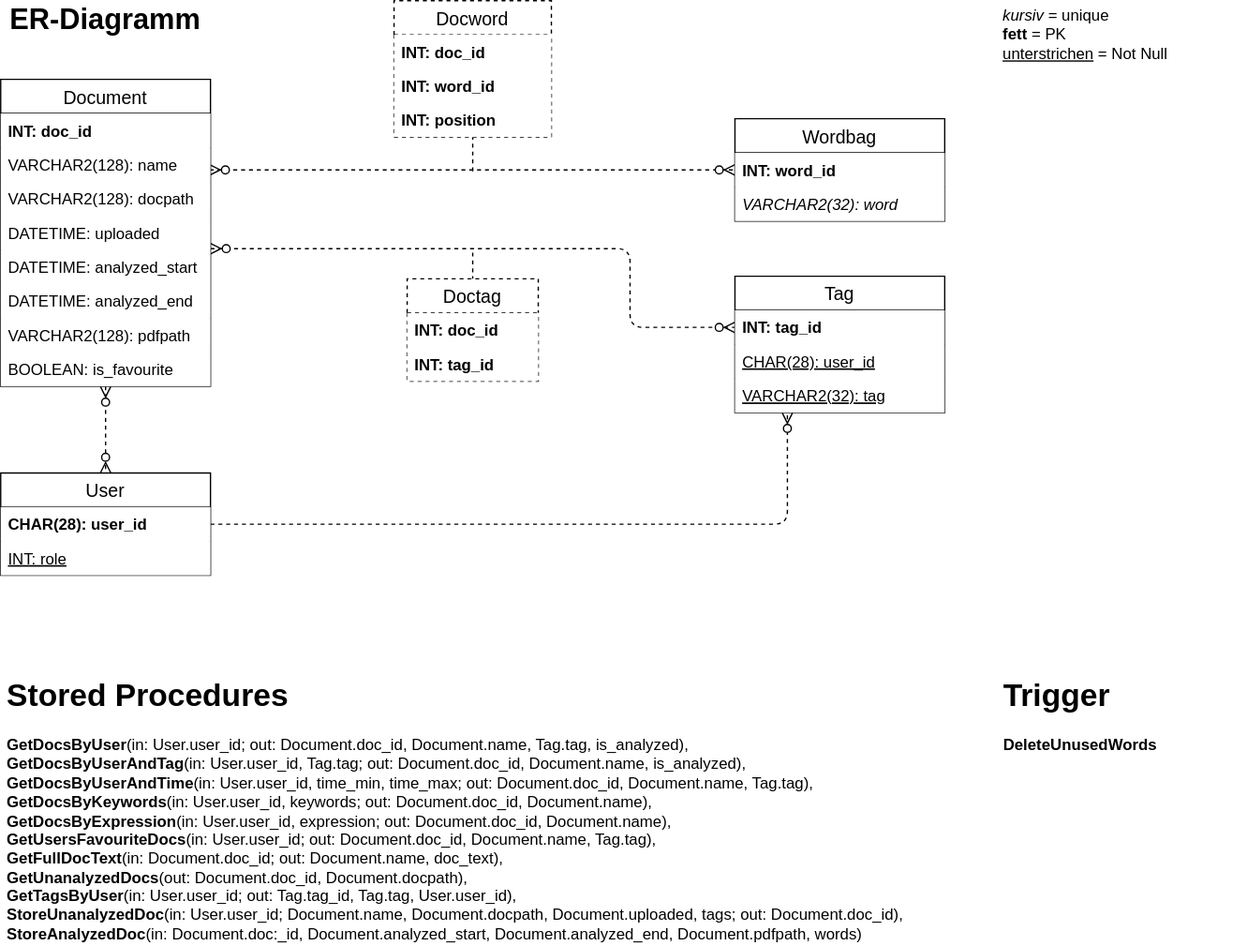
Above: docs/Overview/resources/Diagramme/doc-ver_Diagramme-ER-Diagramm.svg in doc-ver/Doku (draw.io), before the change. Source tidied: cells renumbered, new cells last; positions are measured from the earlier drawing's top-left corner, leaving out a move shared by most shapes. The source it was exported from:
```xml
<mxGraphModel>
  <root>
    <mxCell id="0" />
    <mxCell id="1" parent="0" />
    <mxCell id="2" style="edgeStyle=entityRelationEdgeStyle;fontSize=12;html=1;endArrow=ERzeroToMany;endFill=1;startArrow=ERzeroToMany;exitX=0.996;exitY=0.654;exitDx=0;exitDy=0;entryX=0;entryY=0.5;entryDx=0;entryDy=0;dashed=1;exitPerimeter=0;" parent="1" edge="1" source="17" target="25">
      <mxGeometry relative="1" as="geometry" />
    </mxCell>
    <mxCell id="3" style="endArrow=none;dashed=1;html=1;entryX=0.5;entryY=1;entryDx=0;entryDy=0;" parent="1" edge="1" target="27">
      <mxGeometry relative="1" as="geometry">
        <mxPoint x="360" y="130" as="sourcePoint" />
      </mxGeometry>
    </mxCell>
    <mxCell id="4" value="ER-Diagramm" style="text;html=1;strokeColor=none;fillColor=none;align=center;verticalAlign=middle;whiteSpace=wrap;rounded=0;fontSize=22;fontStyle=1;" parent="1" vertex="1">
      <mxGeometry x="5" width="150" height="30" as="geometry" />
    </mxCell>
    <mxCell id="5" style="fontSize=12;html=1;endArrow=ERzeroToMany;endFill=1;startArrow=ERzeroToMany;exitX=1;exitY=0.962;exitDx=0;exitDy=0;dashed=1;entryX=0;entryY=0.5;entryDx=0;entryDy=0;exitPerimeter=0;" parent="1" edge="1" source="19" target="32">
      <mxGeometry relative="1" as="geometry">
        <Array as="points">
          <mxPoint x="480" y="189" />
          <mxPoint x="480" y="249" />
        </Array>
      </mxGeometry>
    </mxCell>
    <mxCell id="6" style="endArrow=none;dashed=1;html=1;entryX=0.5;entryY=0;entryDx=0;entryDy=0;" parent="1" edge="1" target="12">
      <mxGeometry relative="1" as="geometry">
        <mxPoint x="360" y="192" as="sourcePoint" />
      </mxGeometry>
    </mxCell>
    <mxCell id="7" value="&lt;div style=&quot;text-align: left&quot;&gt;&lt;span&gt;&lt;i&gt;kursiv &lt;/i&gt;= unique&lt;/span&gt;&lt;/div&gt;&lt;div style=&quot;text-align: left&quot;&gt;&lt;span&gt;&lt;b&gt;fett &lt;/b&gt;= PK&lt;/span&gt;&lt;/div&gt;&lt;div style=&quot;text-align: left&quot;&gt;&lt;span&gt;&lt;u&gt;unterstrichen&lt;/u&gt; = Not Null&lt;br&gt;&lt;/span&gt;&lt;/div&gt;" style="text;html=1;strokeColor=none;fillColor=none;align=center;verticalAlign=middle;whiteSpace=wrap;rounded=0;glass=0;dashed=1;" parent="1" vertex="1">
      <mxGeometry x="760" width="135" height="53" as="geometry" />
    </mxCell>
    <mxCell id="8" style="fontSize=12;html=1;endArrow=ERzeroToMany;endFill=1;startArrow=ERzeroToMany;exitX=0.5;exitY=1;exitDx=0;exitDy=0;dashed=1;entryX=0.5;entryY=0;entryDx=0;entryDy=0;" parent="1" edge="1" source="15" target="35">
      <mxGeometry relative="1" as="geometry" />
    </mxCell>
    <mxCell id="9" value="&lt;h1&gt;Stored Procedures&lt;br&gt;&lt;/h1&gt;&lt;p&gt;&lt;b&gt;GetDocsByUser&lt;/b&gt;(in: User.user_id; out: Document.doc_id, Document.name, Tag.tag, is_analyzed),&lt;b&gt;&lt;br&gt;GetDocsByUserAndTag&lt;/b&gt;(in: User.user_id, Tag.tag; out: Document.doc_id, Document.name, is_analyzed),&lt;br&gt;&lt;b&gt;GetDocsByUserAndTime&lt;/b&gt;(in: User.user_id, time_min, time_max; out: Document.doc_id, Document.name, Tag.tag),&lt;b&gt;&lt;br&gt;GetDocsByKeywords&lt;/b&gt;(in: User.user_id, keywords; out: Document.doc_id, Document.name),&lt;b&gt;&lt;br&gt;GetDocsByExpression&lt;/b&gt;(in: User.user_id, expression; out: Document.doc_id, Document.name),&lt;b&gt;&lt;br&gt;GetUsersFavouriteDocs&lt;/b&gt;(in: User.user_id; out: Document.doc_id, Document.name, Tag.tag),&lt;br&gt;&lt;b&gt;GetFullDocText&lt;/b&gt;(in: Document.doc_id; out: Document.name, doc_text),&lt;br&gt;&lt;b&gt;GetUnanalyzedDocs&lt;/b&gt;(out: Document.doc_id, Document.docpath),&lt;b&gt;&lt;br&gt;GetTagsByUser&lt;/b&gt;(in: User.user_id; out: Tag.tag_id, Tag.tag, User.user_id),&lt;b&gt;&lt;b&gt;&lt;br&gt;&lt;/b&gt;StoreUnanalyzedDoc&lt;/b&gt;(in: User.user_id; Document.name, Document.docpath, Document.uploaded, tags; out: Document.doc_id),&lt;br&gt;&lt;b&gt;StoreAnalyzedDoc&lt;/b&gt;(in: Document.doc:_id, Document.analyzed_start, Document.analyzed_end, Document.pdfpath, words)&lt;br&gt;&lt;/p&gt;" style="text;html=1;strokeColor=none;fillColor=none;spacing=5;spacingTop=-20;whiteSpace=wrap;overflow=hidden;rounded=0;" parent="1" vertex="1">
      <mxGeometry y="510" width="710" height="210" as="geometry" />
    </mxCell>
    <mxCell id="10" style="fontSize=12;html=1;endArrow=ERzeroToMany;endFill=1;startArrow=none;exitX=1;exitY=0.5;exitDx=0;exitDy=0;dashed=1;entryX=0.25;entryY=1;entryDx=0;entryDy=0;startFill=0;" parent="1" edge="1" source="35" target="31">
      <mxGeometry relative="1" as="geometry">
        <Array as="points">
          <mxPoint x="600" y="399" />
        </Array>
      </mxGeometry>
    </mxCell>
    <mxCell id="11" value="&lt;h1&gt;Trigger&lt;/h1&gt;&lt;p&gt;&lt;b&gt;DeleteUnusedWords&lt;br&gt;&lt;br&gt;&lt;/b&gt;&lt;/p&gt;" style="text;html=1;strokeColor=none;fillColor=none;spacing=5;spacingTop=-20;whiteSpace=wrap;overflow=hidden;rounded=0;" parent="1" vertex="1">
      <mxGeometry x="760" y="510" width="190" height="120" as="geometry" />
    </mxCell>
    <mxCell id="12" value="Doctag" style="swimlane;fontStyle=0;horizontal=1;startSize=26;align=center;fontSize=14;swimlaneLine=1;glass=0;dashed=1;" parent="1" vertex="1">
      <mxGeometry x="310" y="212" width="100" height="78" as="geometry" />
    </mxCell>
    <mxCell id="13" value="INT: doc_id" style="text;strokeColor=none;fillColor=#ffffff;spacingLeft=4;spacingRight=4;overflow=hidden;fontSize=12;fontStyle=1;" parent="12" vertex="1">
      <mxGeometry y="26" width="100" height="26" as="geometry" />
    </mxCell>
    <mxCell id="14" value="INT: tag_id" style="text;strokeColor=none;fillColor=#ffffff;spacingLeft=4;spacingRight=4;overflow=hidden;fontSize=12;fontStyle=1;" parent="12" vertex="1">
      <mxGeometry y="52" width="100" height="26" as="geometry" />
    </mxCell>
    <mxCell id="15" value="Document" style="swimlane;fontStyle=0;horizontal=1;startSize=26;align=center;fontSize=14;swimlaneLine=1;glass=0;" parent="1" vertex="1">
      <mxGeometry y="60" width="160" height="234" as="geometry" />
    </mxCell>
    <mxCell id="16" value="INT: doc_id" style="text;spacingLeft=4;spacingRight=4;overflow=hidden;fontSize=12;fontStyle=1;fillColor=#ffffff;" parent="15" vertex="1">
      <mxGeometry y="26" width="160" height="26" as="geometry" />
    </mxCell>
    <mxCell id="17" value="VARCHAR2(128): name" style="text;strokeColor=none;fillColor=#ffffff;spacingLeft=4;spacingRight=4;overflow=hidden;points=[[0,0.5],[1,0.5]];portConstraint=eastwest;fontSize=12;" parent="15" vertex="1">
      <mxGeometry y="52" width="160" height="26" as="geometry" />
    </mxCell>
    <mxCell id="18" value="VARCHAR2(128): docpath" style="text;strokeColor=none;fillColor=#ffffff;spacingLeft=4;spacingRight=4;overflow=hidden;fontSize=12;" parent="15" vertex="1">
      <mxGeometry y="78" width="160" height="26" as="geometry" />
    </mxCell>
    <mxCell id="19" value="DATETIME: uploaded" style="text;strokeColor=none;fillColor=#ffffff;spacingLeft=4;spacingRight=4;overflow=hidden;points=[[0,0.5],[1,0.5]];portConstraint=eastwest;fontSize=12;" parent="15" vertex="1">
      <mxGeometry y="104" width="160" height="26" as="geometry" />
    </mxCell>
    <mxCell id="20" value="DATETIME: analyzed_start" style="text;strokeColor=none;fillColor=#ffffff;spacingLeft=4;spacingRight=4;overflow=hidden;fontSize=12;" parent="15" vertex="1">
      <mxGeometry y="130" width="160" height="26" as="geometry" />
    </mxCell>
    <mxCell id="21" value="DATETIME: analyzed_end" style="text;strokeColor=none;fillColor=#ffffff;spacingLeft=4;spacingRight=4;overflow=hidden;fontSize=12;" parent="15" vertex="1">
      <mxGeometry y="156" width="160" height="26" as="geometry" />
    </mxCell>
    <mxCell id="22" value="VARCHAR2(128): pdfpath" style="text;strokeColor=none;fillColor=#ffffff;spacingLeft=4;spacingRight=4;overflow=hidden;fontSize=12;" parent="15" vertex="1">
      <mxGeometry y="182" width="160" height="26" as="geometry" />
    </mxCell>
    <mxCell id="23" value="BOOLEAN: is_favourite" style="text;strokeColor=none;fillColor=#ffffff;spacingLeft=4;spacingRight=4;overflow=hidden;fontSize=12;fontStyle=0;" parent="15" vertex="1">
      <mxGeometry y="208" width="160" height="26" as="geometry" />
    </mxCell>
    <mxCell id="24" value="Wordbag" style="swimlane;fontStyle=0;horizontal=1;startSize=26;align=center;fontSize=14;swimlaneLine=1;glass=0;" parent="1" vertex="1">
      <mxGeometry x="560" y="90" width="160" height="78" as="geometry" />
    </mxCell>
    <mxCell id="25" value="INT: word_id" style="text;spacingLeft=4;spacingRight=4;overflow=hidden;points=[[0,0.5],[1,0.5]];portConstraint=eastwest;fontSize=12;fontStyle=1;fillColor=#ffffff;" parent="24" vertex="1">
      <mxGeometry y="26" width="160" height="26" as="geometry" />
    </mxCell>
    <mxCell id="26" value="VARCHAR2(32): word" style="text;strokeColor=none;fillColor=#ffffff;spacingLeft=4;spacingRight=4;overflow=hidden;fontSize=12;fontStyle=2;" parent="24" vertex="1">
      <mxGeometry y="52" width="160" height="26" as="geometry" />
    </mxCell>
    <mxCell id="27" value="Docword" style="swimlane;fontStyle=0;horizontal=1;startSize=26;align=center;fontSize=14;swimlaneLine=1;glass=0;dashed=1;" parent="1" vertex="1">
      <mxGeometry x="300" width="120" height="104" as="geometry" />
    </mxCell>
    <mxCell id="28" value="INT: doc_id" style="text;strokeColor=none;fillColor=#ffffff;spacingLeft=4;spacingRight=4;overflow=hidden;fontSize=12;fontStyle=1;" parent="27" vertex="1">
      <mxGeometry y="26" width="120" height="26" as="geometry" />
    </mxCell>
    <mxCell id="29" value="INT: word_id" style="text;strokeColor=none;fillColor=#ffffff;spacingLeft=4;spacingRight=4;overflow=hidden;fontSize=12;fontStyle=1;" parent="27" vertex="1">
      <mxGeometry y="52" width="120" height="26" as="geometry" />
    </mxCell>
    <mxCell id="30" value="INT: position" style="text;strokeColor=none;fillColor=#ffffff;spacingLeft=4;spacingRight=4;overflow=hidden;fontSize=12;fontStyle=1;" parent="27" vertex="1">
      <mxGeometry y="78" width="120" height="26" as="geometry" />
    </mxCell>
    <mxCell id="31" value="Tag" style="swimlane;fontStyle=0;horizontal=1;startSize=26;align=center;fontSize=14;swimlaneLine=1;glass=0;" parent="1" vertex="1">
      <mxGeometry x="560" y="210" width="160" height="104" as="geometry" />
    </mxCell>
    <mxCell id="32" value="INT: tag_id" style="text;spacingLeft=4;spacingRight=4;overflow=hidden;points=[[0,0.5],[1,0.5]];portConstraint=eastwest;fontSize=12;fontStyle=1;fillColor=#ffffff;" parent="31" vertex="1">
      <mxGeometry y="26" width="160" height="26" as="geometry" />
    </mxCell>
    <mxCell id="33" value="CHAR(28): user_id" style="text;spacingLeft=4;spacingRight=4;overflow=hidden;fontSize=12;fontStyle=4;fillColor=#ffffff;" parent="31" vertex="1">
      <mxGeometry y="52" width="160" height="26" as="geometry" />
    </mxCell>
    <mxCell id="34" value="VARCHAR2(32): tag" style="text;strokeColor=none;fillColor=#ffffff;spacingLeft=4;spacingRight=4;overflow=hidden;fontSize=12;fontStyle=4;" parent="31" vertex="1">
      <mxGeometry y="78" width="160" height="26" as="geometry" />
    </mxCell>
    <mxCell id="35" value="User" style="swimlane;fontStyle=0;horizontal=1;startSize=26;align=center;fontSize=14;swimlaneLine=1;glass=0;" parent="1" vertex="1">
      <mxGeometry y="360" width="160" height="78" as="geometry" />
    </mxCell>
    <mxCell id="36" value="CHAR(28): user_id" style="text;spacingLeft=4;spacingRight=4;overflow=hidden;fontSize=12;fontStyle=1;fillColor=#ffffff;" parent="35" vertex="1">
      <mxGeometry y="26" width="160" height="26" as="geometry" />
    </mxCell>
    <mxCell id="37" value="INT: role" style="text;strokeColor=none;fillColor=#ffffff;spacingLeft=4;spacingRight=4;overflow=hidden;fontSize=12;fontStyle=4;" parent="35" vertex="1">
      <mxGeometry y="52" width="160" height="26" as="geometry" />
    </mxCell>
  </root>
</mxGraphModel>
```
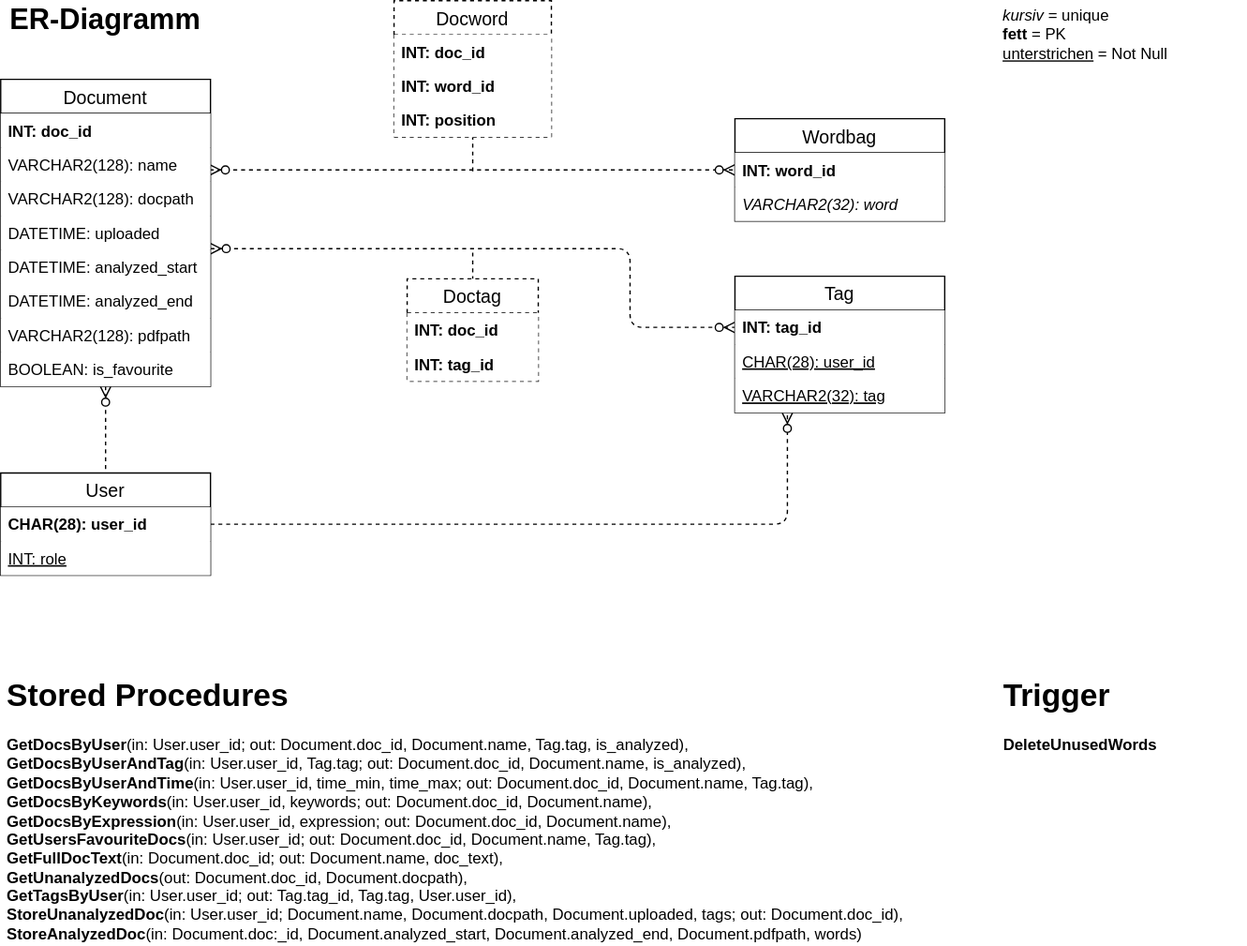
Above is the later version.

Commit message:
ER-Diagramm Userbeziehung korrigiert

What changed in the source:
```diff
@@ -29,7 +29,7 @@
     <mxCell id="7" value="&lt;div style=&quot;text-align: left&quot;&gt;&lt;span&gt;&lt;i&gt;kursiv &lt;/i&gt;= unique&lt;/span&gt;&lt;/div&gt;&lt;div style=&quot;text-align: left&quot;&gt;&lt;span&gt;&lt;b&gt;fett &lt;/b&gt;= PK&lt;/span&gt;&lt;/div&gt;&lt;div style=&quot;text-align: left&quot;&gt;&lt;span&gt;&lt;u&gt;unterstrichen&lt;/u&gt; = Not Null&lt;br&gt;&lt;/span&gt;&lt;/div&gt;" style="text;html=1;strokeColor=none;fillColor=none;align=center;verticalAlign=middle;whiteSpace=wrap;rounded=0;glass=0;dashed=1;" parent="1" vertex="1">
       <mxGeometry x="760" width="135" height="53" as="geometry" />
     </mxCell>
-    <mxCell id="8" style="fontSize=12;html=1;endArrow=ERzeroToMany;endFill=1;startArrow=ERzeroToMany;exitX=0.5;exitY=1;exitDx=0;exitDy=0;dashed=1;entryX=0.5;entryY=0;entryDx=0;entryDy=0;" parent="1" edge="1" source="15" target="35">
+    <mxCell id="8" style="fontSize=12;html=1;endArrow=none;endFill=0;startArrow=ERzeroToMany;exitX=0.5;exitY=1;exitDx=0;exitDy=0;dashed=1;entryX=0.5;entryY=0;entryDx=0;entryDy=0;" parent="1" edge="1" source="15" target="35">
       <mxGeometry relative="1" as="geometry" />
     </mxCell>
     <mxCell id="9" value="&lt;h1&gt;Stored Procedures&lt;br&gt;&lt;/h1&gt;&lt;p&gt;&lt;b&gt;GetDocsByUser&lt;/b&gt;(in: User.user_id; out: Document.doc_id, Document.name, Tag.tag, is_analyzed),&lt;b&gt;&lt;br&gt;GetDocsByUserAndTag&lt;/b&gt;(in: User.user_id, Tag.tag; out: Document.doc_id, Document.name, is_analyzed),&lt;br&gt;&lt;b&gt;GetDocsByUserAndTime&lt;/b&gt;(in: User.user_id, time_min, time_max; out: Document.doc_id, Document.name, Tag.tag),&lt;b&gt;&lt;br&gt;GetDocsByKeywords&lt;/b&gt;(in: User.user_id, keywords; out: Document.doc_id, Document.name),&lt;b&gt;&lt;br&gt;GetDocsByExpression&lt;/b&gt;(in: User.user_id, expression; out: Document.doc_id, Document.name),&lt;b&gt;&lt;br&gt;GetUsersFavouriteDocs&lt;/b&gt;(in: User.user_id; out: Document.doc_id, Document.name, Tag.tag),&lt;br&gt;&lt;b&gt;GetFullDocText&lt;/b&gt;(in: Document.doc_id; out: Document.name, doc_text),&lt;br&gt;&lt;b&gt;GetUnanalyzedDocs&lt;/b&gt;(out: Document.doc_id, Document.docpath),&lt;b&gt;&lt;br&gt;GetTagsByUser&lt;/b&gt;(in: User.user_id; out: Tag.tag_id, Tag.tag, User.user_id),&lt;b&gt;&lt;b&gt;&lt;br&gt;&lt;/b&gt;StoreUnanalyzedDoc&lt;/b&gt;(in: User.user_id; Document.name, Document.docpath, Document.uploaded, tags; out: Document.doc_id),&lt;br&gt;&lt;b&gt;StoreAnalyzedDoc&lt;/b&gt;(in: Document.doc:_id, Document.analyzed_start, Document.analyzed_end, Document.pdfpath, words)&lt;br&gt;&lt;/p&gt;" style="text;html=1;strokeColor=none;fillColor=none;spacing=5;spacingTop=-20;whiteSpace=wrap;overflow=hidden;rounded=0;" parent="1" vertex="1">
```
